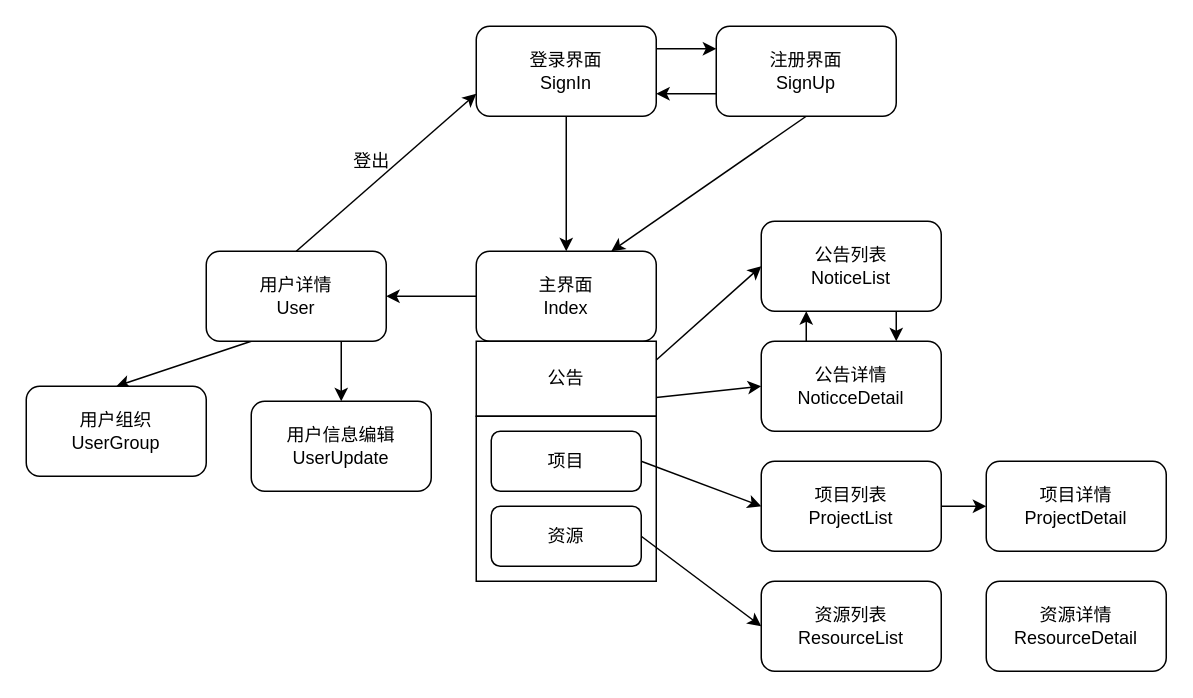
Before: docs/小程序用户界面示意图.drawio in lijiajunply/OfficeAutomationSocietie, a draw.io diagram. Source tidied: cells renumbered, new cells numbered last; positions are measured from the earlier drawing's top-left corner, leaving out a move shared by most shapes. Both pictures are drawn from the tidied source at 150%, with x=0, y=0 at pixel (26, 26).
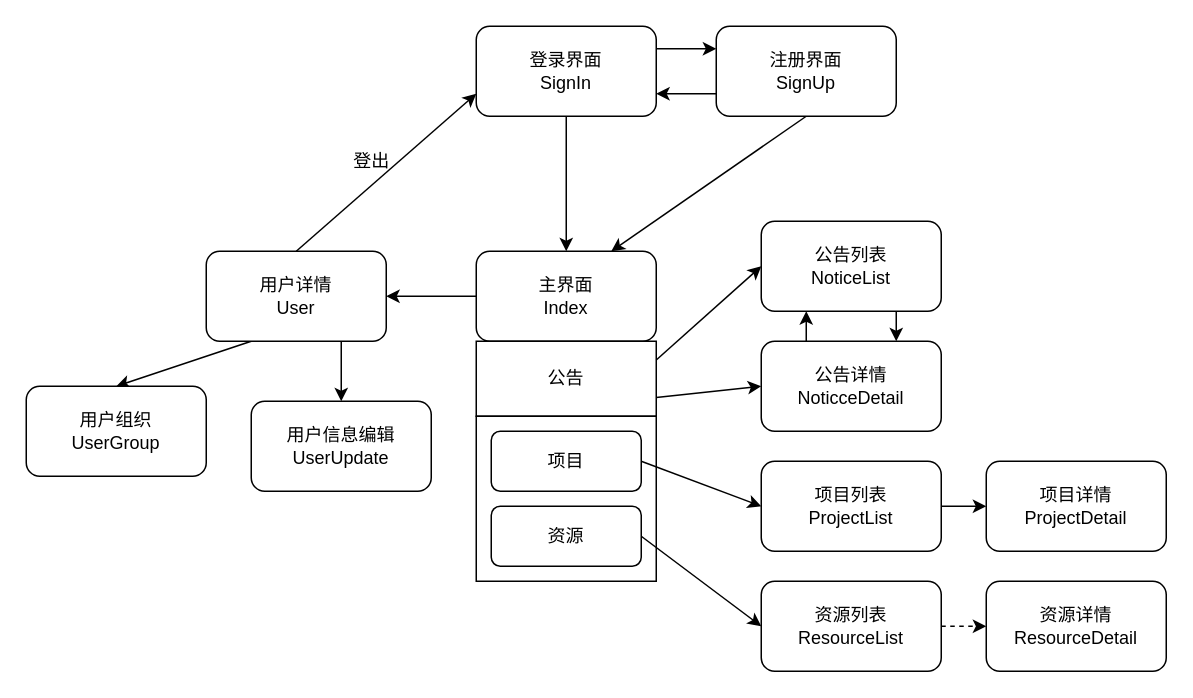
The same page after the edit.

Commit message:
更新了小程序项目结构和接口文档，修改了登陆界面布局。

Unchanged cells that the change refers to:
```xml
<mxCell id="32" value="资源列表&lt;br&gt;ResourceList" style="rounded=1;whiteSpace=wrap;html=1;" parent="1" vertex="1">
  <mxGeometry x="490" y="370" width="120" height="60" as="geometry" />
</mxCell>
<mxCell id="33" value="资源详情&lt;br&gt;ResourceDetail" style="rounded=1;whiteSpace=wrap;html=1;" parent="1" vertex="1">
  <mxGeometry x="640" y="370" width="120" height="60" as="geometry" />
</mxCell>
```

What changed in the source:
```diff
@@
+    <mxCell id="35" style="edgeStyle=none;html=1;exitX=1;exitY=0.5;exitDx=0;exitDy=0;entryX=0;entryY=0.5;entryDx=0;entryDy=0;dashed=1;" parent="1" edge="1" source="32" target="33">
+      <mxGeometry relative="1" as="geometry" />
+    </mxCell>
```
